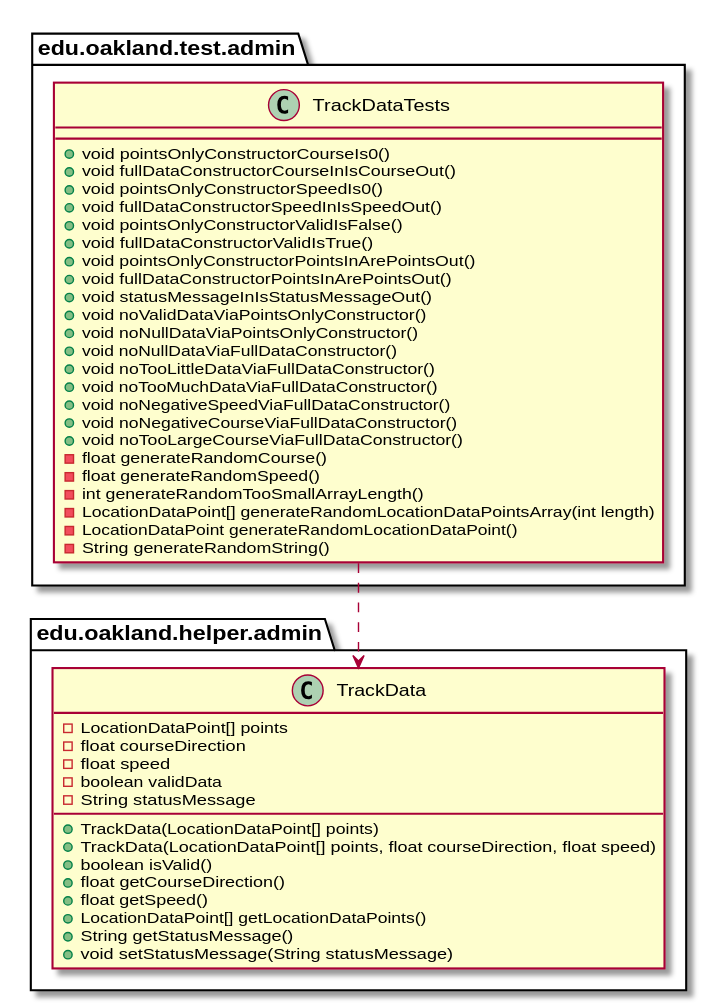
Earlier version of the PlantUML export docs/uml-class-diagrams/admin/test/TrackDataTests/TrackDataTests_DirectDependencies.svg (andrewdimmer/csi-3370-software-project). Its diagram source:
```plantuml
@startuml TrackDataTests_DirectDependencies


package edu.oakland.test.admin {
    class TrackDataTests {
        + void pointsOnlyConstructorCourseIs0()
        + void fullDataConstructorCourseInIsCourseOut()
        + void pointsOnlyConstructorSpeedIs0()
        + void fullDataConstructorSpeedInIsSpeedOut()
        + void pointsOnlyConstructorValidIsFalse()
        + void fullDataConstructorValidIsTrue()
        + void pointsOnlyConstructorPointsInArePointsOut()
        + void fullDataConstructorPointsInArePointsOut()
        + void statusMessageInIsStatusMessageOut()
        + void noValidDataViaPointsOnlyConstructor()
        + void noNullDataViaPointsOnlyConstructor()
        + void noNullDataViaFullDataConstructor()
        + void noTooLittleDataViaFullDataConstructor()
        + void noTooMuchDataViaFullDataConstructor()
        + void noNegativeSpeedViaFullDataConstructor()
        + void noNegativeCourseViaFullDataConstructor()
        + void noTooLargeCourseViaFullDataConstructor()
        - float generateRandomCourse()
        - float generateRandomSpeed()
        - int generateRandomTooSmallArrayLength()
        - LocationDataPoint[] generateRandomLocationDataPointsArray(int length)
        - LocationDataPoint generateRandomLocationDataPoint()
        - String generateRandomString()
    }
}



package edu.oakland.helper.admin {
    class TrackData {
        - LocationDataPoint[] points
        - float courseDirection
        - float speed
        - boolean validData
        - String statusMessage
        + TrackData(LocationDataPoint[] points)
        + TrackData(LocationDataPoint[] points, float courseDirection, float speed)
        + boolean isValid()
        + float getCourseDirection()
        + float getSpeed()
        + LocationDataPoint[] getLocationDataPoints()
        + String getStatusMessage()
        + void setStatusMessage(String statusMessage)
    }
}

TrackDataTests ..> TrackData



@enduml
```
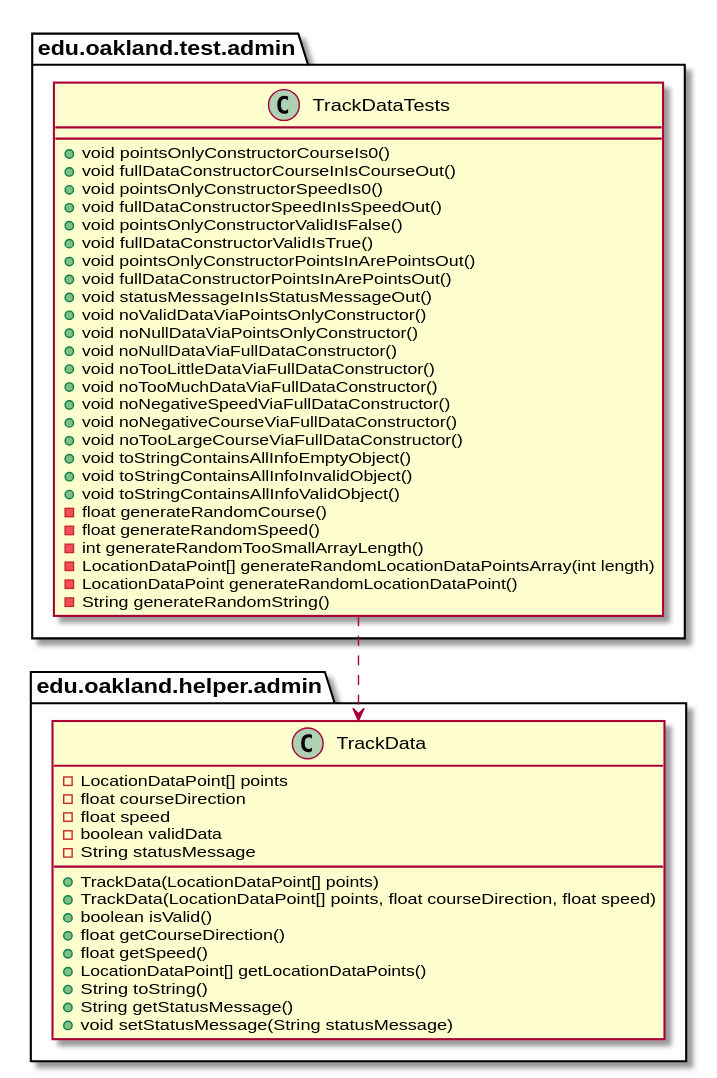
The same file after the commit.

Change to the diagram source:
```diff
@@ -20,6 +20,9 @@
         + void noNegativeSpeedViaFullDataConstructor()
         + void noNegativeCourseViaFullDataConstructor()
         + void noTooLargeCourseViaFullDataConstructor()
+        + void toStringContainsAllInfoEmptyObject()
+        + void toStringContainsAllInfoInvalidObject()
+        + void toStringContainsAllInfoValidObject()
         - float generateRandomCourse()
         - float generateRandomSpeed()
         - int generateRandomTooSmallArrayLength()
@@ -44,6 +47,7 @@
         + float getCourseDirection()
         + float getSpeed()
         + LocationDataPoint[] getLocationDataPoints()
+        + String toString()
         + String getStatusMessage()
         + void setStatusMessage(String statusMessage)
     }
```
